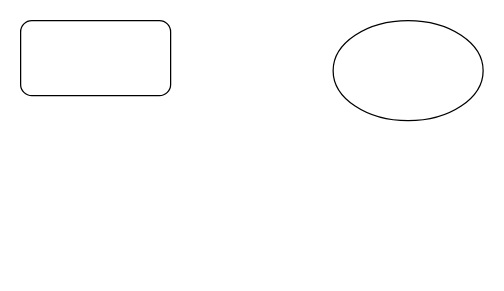
The draw.io diagram Untitled Diagram.drawio in Jackbin910/workflow, before the edit. Source tidied: cells renumbered, new cells numbered last; positions are measured from the earlier drawing's top-left corner, leaving out a move shared by most shapes. Both pictures are drawn from the tidied source at 125%, with x=0, y=0 at pixel (20, 20).
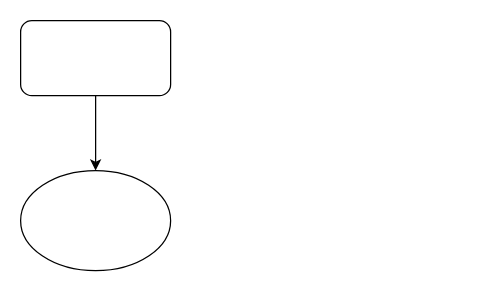
After the change.

Change to the diagram source:
```diff
@@
 <mxGraphModel>
   <root>
     <mxCell id="0" />
     <mxCell id="1" parent="0" />
+    <mxCell id="4" style="edgeStyle=none;rounded=0;jettySize=auto;html=1;" parent="1" edge="1" source="2" target="3">
+      <mxGeometry relative="1" as="geometry" />
+    </mxCell>
     <mxCell id="2" style="rounded=1;whiteSpace=wrap;html=1;" parent="1" vertex="1">
       <mxGeometry width="120" height="60" as="geometry" />
     </mxCell>
     <mxCell id="3" style="ellipse;whiteSpace=wrap;html=1;" parent="1" vertex="1">
-      <mxGeometry x="250" width="120" height="80" as="geometry" />
+      <mxGeometry y="120" width="120" height="80" as="geometry" />
     </mxCell>
   </root>
 </mxGraphModel>
```
